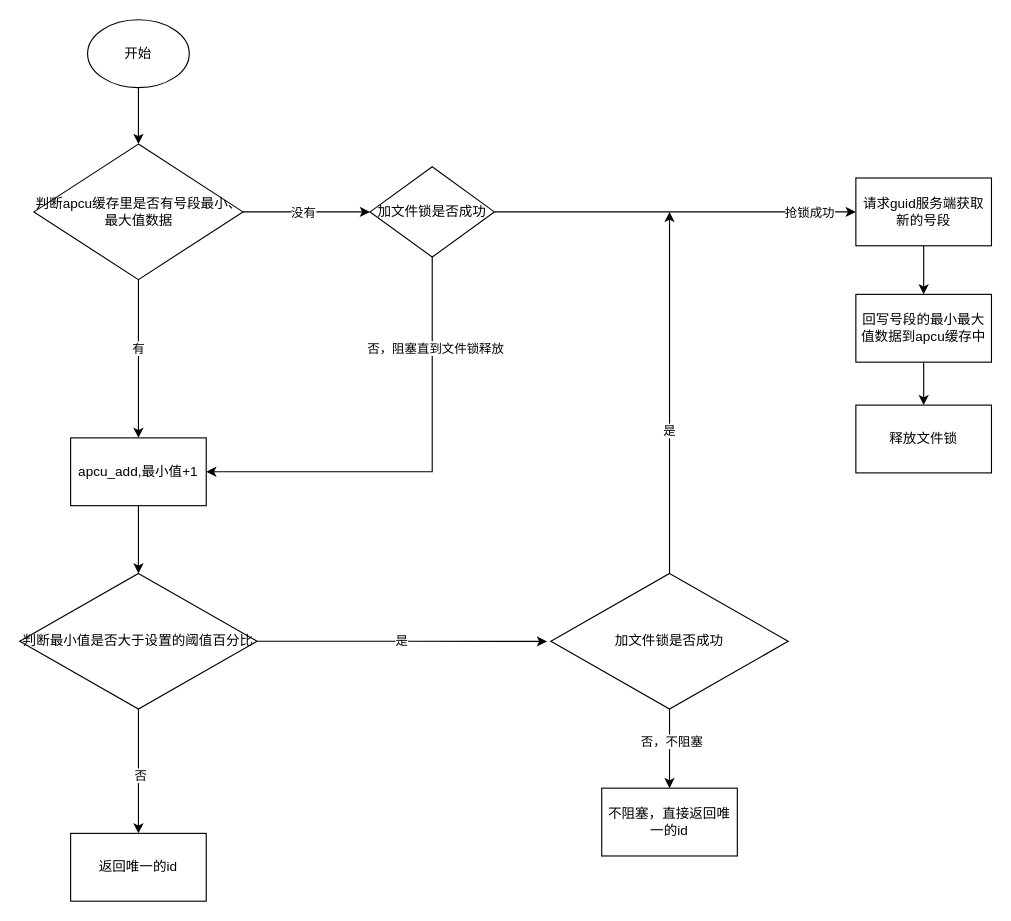
Above: 全局唯一id服务.drawio in yuanlj-tea/picgo (draw.io), before the change. Source tidied: cells renumbered, new cells numbered last; positions are measured from the earlier drawing's top-left corner, leaving out a move shared by most shapes. Both pictures are drawn from the tidied source at 113%, with x=0, y=0 at pixel (19, 19).
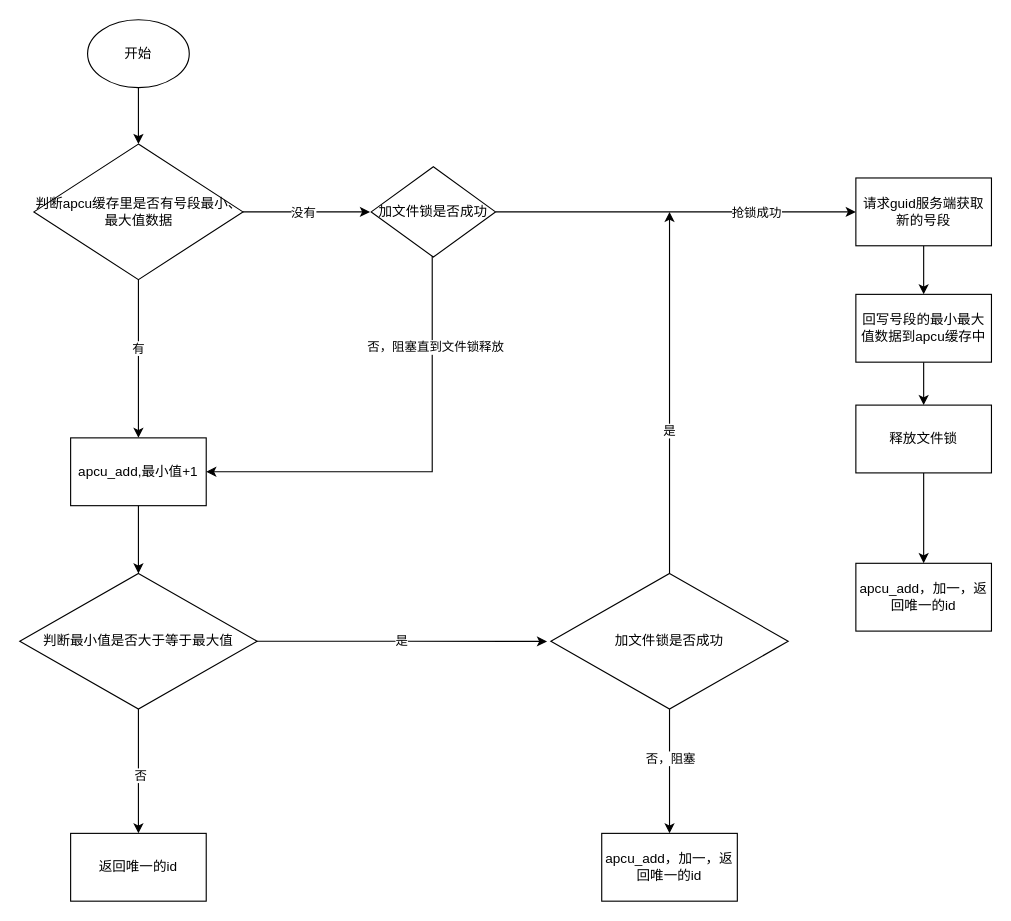
Above is the later version.

Commit message (it also covers changes not shown here):
更新全局唯一id服务.drawio

Unchanged cells that the change refers to:
```xml
<mxCell id="11" style="edgeStyle=orthogonalEdgeStyle;rounded=0;jettySize=auto;html=1;" parent="1" edge="1" source="15" target="17">
  <mxGeometry relative="1" as="geometry" />
</mxCell>
<mxCell id="20" value="释放文件锁" style="whiteSpace=wrap;html=1;" parent="1" vertex="1">
  <mxGeometry x="739.9" y="341" width="120" height="60" as="geometry" />
</mxCell>
<mxCell id="29" style="edgeStyle=orthogonalEdgeStyle;rounded=0;jettySize=auto;html=1;entryX=0.5;entryY=0;entryDx=0;entryDy=0;" parent="1" edge="1" source="31" target="32">
  <mxGeometry relative="1" as="geometry" />
</mxCell>
```

Change to the diagram source:
```diff
@@
     <mxCell id="12" value="抢锁成功" style="edgeLabel;html=1;align=center;verticalAlign=middle;" parent="11" vertex="1">
       <mxGeometry x="0.06" y="2" relative="1" as="geometry">
-        <mxPoint x="108" y="2" as="offset" />
+        <mxPoint x="61" y="2" as="offset" />
       </mxGeometry>
     </mxCell>
@@
     <mxCell id="15" value="加文件锁是否成功" style="rhombus;whiteSpace=wrap;html=1;" parent="1" vertex="1">
-      <mxGeometry x="310" y="130" width="110" height="80" as="geometry" />
+      <mxGeometry x="311" y="130" width="110" height="80" as="geometry" />
     </mxCell>
@@
+    <mxCell id="33" style="edgeStyle=orthogonalEdgeStyle;rounded=0;jettySize=auto;html=1;" parent="1" edge="1" source="20" target="34">
+      <mxGeometry relative="1" as="geometry" />
+    </mxCell>
@@
-    <mxCell id="25" value="判断最小值是否大于设置的阈值百分比" style="rhombus;whiteSpace=wrap;html=1;" parent="1" vertex="1">
+    <mxCell id="25" value="判断最小值是否大于等于最大值" style="rhombus;whiteSpace=wrap;html=1;" parent="1" vertex="1">
       <mxGeometry y="490" width="210" height="120" as="geometry" />
     </mxCell>
@@
-    <mxCell id="30" value="否，不阻塞" style="edgeLabel;html=1;align=center;verticalAlign=middle;" parent="29" vertex="1">
-      <mxGeometry x="-0.21" y="1" relative="1" as="geometry" />
+    <mxCell id="30" value="否，阻塞" style="edgeLabel;html=1;align=center;verticalAlign=middle;" parent="29" vertex="1">
+      <mxGeometry x="-0.21" y="1" relative="1" as="geometry">
+        <mxPoint x="-1" as="offset" />
+      </mxGeometry>
     </mxCell>
@@
-    <mxCell id="32" value="不阻塞，直接返回唯一的id" style="whiteSpace=wrap;html=1;" parent="1" vertex="1">
-      <mxGeometry x="515" y="680" width="120" height="60" as="geometry" />
+    <mxCell id="32" value="apcu_add，加一，返回唯一的id" style="whiteSpace=wrap;html=1;" parent="1" vertex="1">
+      <mxGeometry x="515" y="720" width="120" height="60" as="geometry" />
     </mxCell>
+    <mxCell id="34" value="apcu_add，加一，返回唯一的id" style="whiteSpace=wrap;html=1;" parent="1" vertex="1">
+      <mxGeometry x="739.9" y="481" width="120" height="60" as="geometry" />
+    </mxCell>
```
